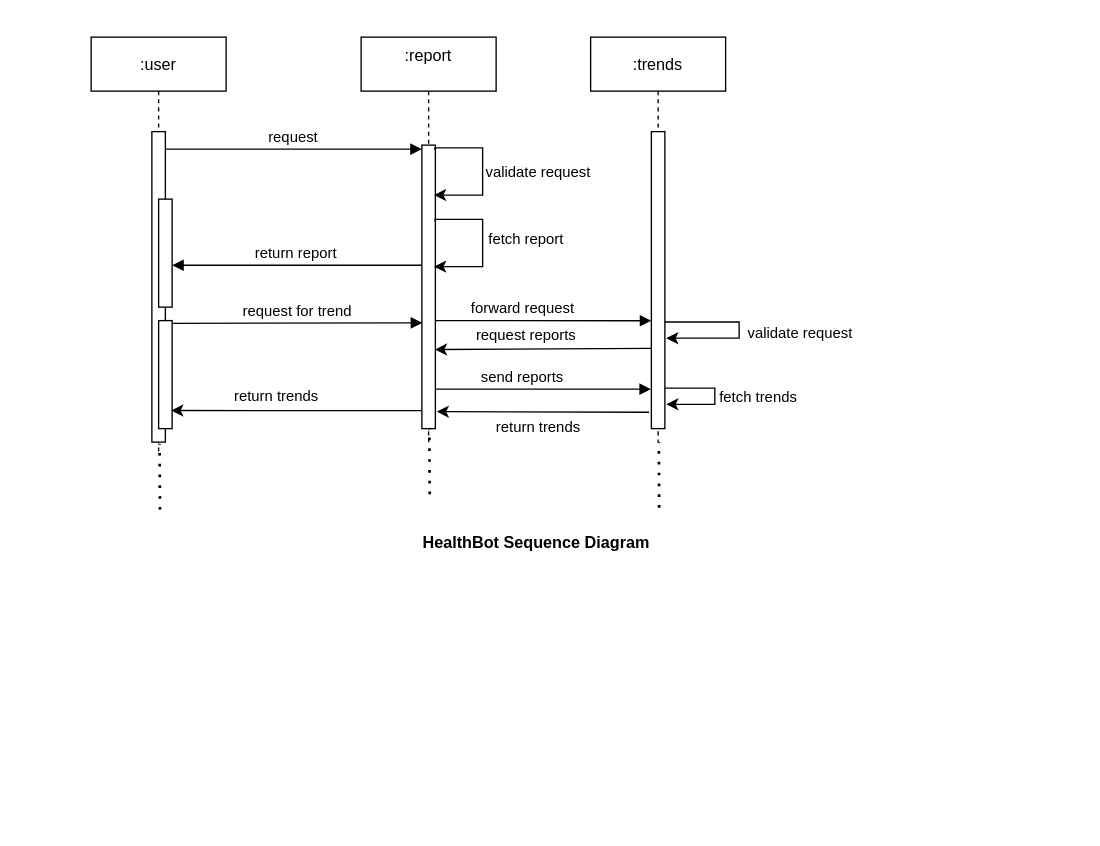
This is SequenceDiagram.drawio from pranavn35/ProjectDiagrams, a draw.io file, before an edit. Source tidied: cells renumbered, new cells numbered last; positions are measured from the earlier drawing's top-left corner, leaving out a move shared by most shapes. Both pictures are drawn from the tidied source at 135%, with x=0, y=0 at pixel (90, 36).
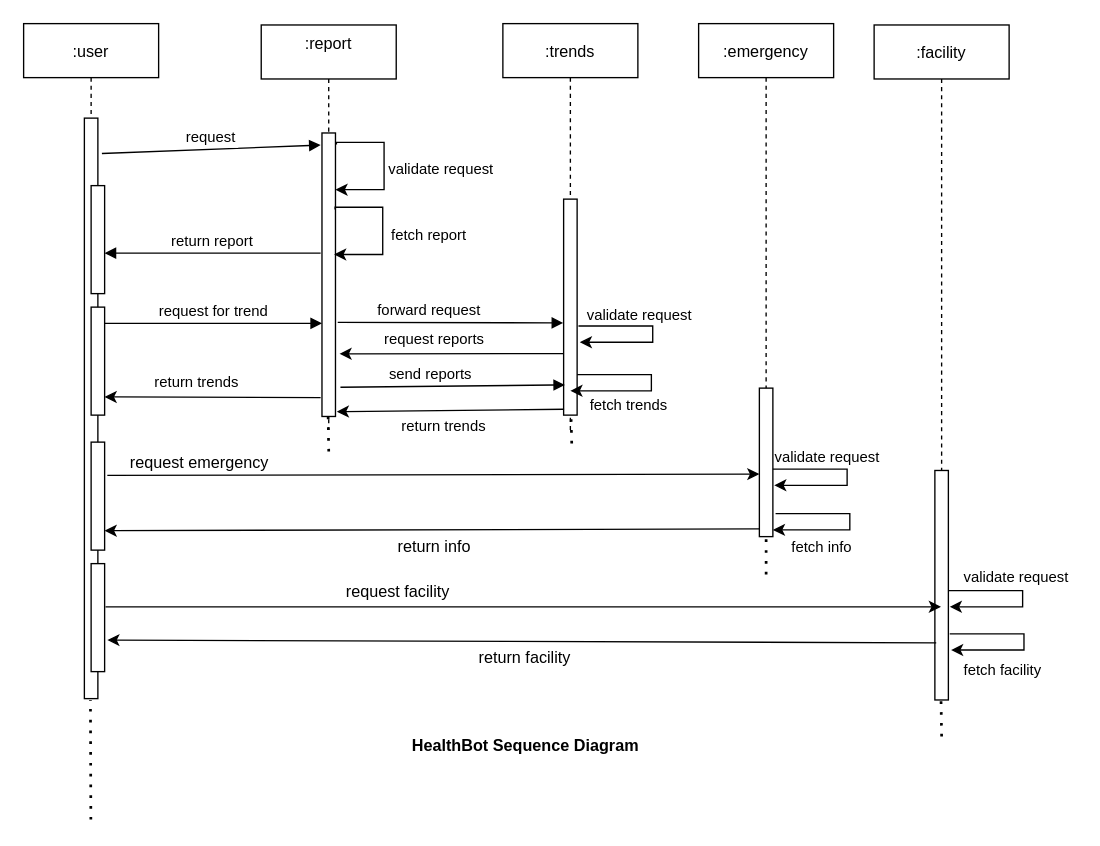
The same diagram, later.

Unchanged cells that the change refers to:
```xml
<mxCell id="8" style="points=[];perimeter=orthogonalPerimeter;rounded=0;shadow=0;strokeWidth=1;" parent="7" vertex="1">
  <mxGeometry x="45" y="80" width="10" height="210" as="geometry" />
</mxCell>
```

Change to the diagram source:
```diff
@@
     <mxCell id="2" value=":user" style="shape=umlLifeline;perimeter=lifelinePerimeter;rounded=0;shadow=0;strokeWidth=1;" parent="1" vertex="1">
-      <mxGeometry width="100" height="310" as="geometry" />
+      <mxGeometry x="-50" y="-10" width="100" height="500" as="geometry" />
     </mxCell>
     <mxCell id="3" style="points=[];perimeter=orthogonalPerimeter;rounded=0;shadow=0;strokeWidth=1;" parent="2" vertex="1">
-      <mxGeometry x="45" y="70" width="10" height="230" as="geometry" />
+      <mxGeometry x="45" y="70" width="10" height="430" as="geometry" />
     </mxCell>
@@
-    <mxCell id="6" style="endArrow=none;dashed=1;html=1;dashPattern=1 3;strokeWidth=2;rounded=0;fontSize=11;entryX=0.767;entryY=1.006;entryDx=0;entryDy=0;entryPerimeter=0;" parent="2" edge="1">
-      <mxGeometry relative="1" as="geometry">
-        <mxPoint x="51" y="350" as="sourcePoint" />
-        <mxPoint x="50.7" y="301.4" as="targetPoint" />
-      </mxGeometry>
-    </mxCell>
+    <mxCell id="33" style="points=[];perimeter=orthogonalPerimeter;rounded=0;shadow=0;strokeWidth=1;" parent="2" vertex="1">
+      <mxGeometry x="50" y="310" width="10" height="80" as="geometry" />
+    </mxCell>
+    <mxCell id="34" style="points=[];perimeter=orthogonalPerimeter;rounded=0;shadow=0;strokeWidth=1;" parent="2" vertex="1">
+      <mxGeometry x="50" y="400" width="10" height="80" as="geometry" />
+    </mxCell>
     <mxCell id="7" value=":report&#10;" style="shape=umlLifeline;perimeter=lifelinePerimeter;rounded=0;shadow=0;strokeWidth=1;" parent="1" vertex="1">
-      <mxGeometry x="200" width="100" height="300" as="geometry" />
+      <mxGeometry x="126" y="-9" width="100" height="300" as="geometry" />
     </mxCell>
@@
-    <mxCell id="10" value="request" style="verticalAlign=bottom;endArrow=block;entryX=0;entryY=0;shadow=0;strokeWidth=1;" parent="1" edge="1">
+    <mxCell id="10" value="request" style="verticalAlign=bottom;endArrow=block;shadow=0;strokeWidth=1;exitX=1.3;exitY=0.061;exitDx=0;exitDy=0;exitPerimeter=0;" parent="1" edge="1" source="3">
       <mxGeometry relative="1" as="geometry">
-        <mxPoint x="55" y="83" as="sourcePoint" />
-        <mxPoint x="245" y="83" as="targetPoint" />
+        <mxPoint x="170" y="80" as="targetPoint" />
       </mxGeometry>
     </mxCell>
     <mxCell id="11" value="return report" style="verticalAlign=bottom;endArrow=block;entryX=1;entryY=0;shadow=0;strokeWidth=1;" parent="1" edge="1">
       <mxGeometry relative="1" as="geometry">
-        <mxPoint x="245" y="169" as="sourcePoint" />
-        <mxPoint x="60" y="169" as="targetPoint" />
+        <mxPoint x="170" y="160" as="sourcePoint" />
+        <mxPoint x="10" y="160" as="targetPoint" />
       </mxGeometry>
     </mxCell>
     <mxCell id="12" value=":trends" style="shape=umlLifeline;perimeter=lifelinePerimeter;rounded=0;shadow=0;strokeWidth=1;" parent="1" vertex="1">
-      <mxGeometry x="370" width="100" height="300" as="geometry" />
+      <mxGeometry x="305" y="-10" width="100" height="301" as="geometry" />
     </mxCell>
     <mxCell id="13" style="points=[];perimeter=orthogonalPerimeter;rounded=0;shadow=0;strokeWidth=1;" parent="12" vertex="1">
-      <mxGeometry x="45" y="70" width="10" height="220" as="geometry" />
+      <mxGeometry x="45" y="130" width="10" height="160" as="geometry" />
     </mxCell>
+    <mxCell id="22" style="edgeStyle=orthogonalEdgeStyle;rounded=0;jettySize=auto;html=1;" parent="12" edge="1" source="13">
+      <mxGeometry relative="1" as="geometry">
+        <mxPoint x="50" y="272" as="targetPoint" />
+        <Array as="points">
+          <mxPoint x="110" y="260" />
+          <mxPoint x="110" y="272" />
+        </Array>
+      </mxGeometry>
+    </mxCell>
     <mxCell id="14" value="&lt;font style=&quot;font-size: 11px&quot;&gt;fetch report&lt;/font&gt;" style="text;html=1;align=center;verticalAlign=middle;strokeColor=none;fillColor=none;" parent="1" vertex="1">
-      <mxGeometry x="287" y="140" width="70" height="20" as="geometry" />
+      <mxGeometry x="215" y="137" width="70" height="20" as="geometry" />
     </mxCell>
-    <mxCell id="15" value="request for trend" style="verticalAlign=bottom;endArrow=block;entryX=0.033;entryY=0.74;shadow=0;strokeWidth=1;entryDx=0;entryDy=0;entryPerimeter=0;" parent="1" edge="1">
+    <mxCell id="15" value="request for trend" style="verticalAlign=bottom;endArrow=block;shadow=0;strokeWidth=1;" parent="1" edge="1" target="8">
       <mxGeometry relative="1" as="geometry">
-        <mxPoint x="60" y="212" as="sourcePoint" />
-        <mxPoint x="245.3" y="211.6" as="targetPoint" />
+        <mxPoint x="10" y="212" as="sourcePoint" />
       </mxGeometry>
     </mxCell>
-    <mxCell id="16" value="send reports" style="verticalAlign=bottom;endArrow=block;shadow=0;strokeWidth=1;exitX=0.967;exitY=0.851;exitDx=0;exitDy=0;exitPerimeter=0;entryX=-0.033;entryY=0.858;entryDx=0;entryDy=0;entryPerimeter=0;" parent="1" edge="1">
-      <mxGeometry x="-0.19" relative="1" as="geometry">
-        <mxPoint x="254.7" y="260.7" as="sourcePoint" />
-        <mxPoint x="414.7" y="260.8" as="targetPoint" />
-      </mxGeometry>
+    <mxCell id="16" value="send reports" style="verticalAlign=bottom;endArrow=block;shadow=0;strokeWidth=1;exitX=1.367;exitY=0.897;exitDx=0;exitDy=0;exitPerimeter=0;entryX=0.1;entryY=0.86;entryDx=0;entryDy=0;entryPerimeter=0;" parent="1" edge="1" source="8" target="13">
+      <mxGeometry x="-0.19" relative="1" as="geometry" />
     </mxCell>
     <mxCell id="17" value="&lt;font style=&quot;font-size: 11px&quot;&gt;fetch trends&lt;/font&gt;" style="text;html=1;align=center;verticalAlign=middle;strokeColor=none;fillColor=none;" parent="1" vertex="1">
-      <mxGeometry x="459" y="257" width="70" height="20" as="geometry" />
+      <mxGeometry x="363" y="263" width="70" height="20" as="geometry" />
     </mxCell>
     <mxCell id="18" style="edgeStyle=orthogonalEdgeStyle;rounded=0;orthogonalLoop=1;jettySize=auto;html=1;exitX=0.967;exitY=0.168;exitDx=0;exitDy=0;exitPerimeter=0;" parent="1" edge="1">
       <mxGeometry relative="1" as="geometry">
-        <mxPoint x="254.7" y="83.6" as="sourcePoint" />
-        <mxPoint x="254" y="117" as="targetPoint" />
+        <mxPoint x="181.7" y="79.6" as="sourcePoint" />
+        <mxPoint x="181" y="113" as="targetPoint" />
         <Array as="points">
-          <mxPoint x="255" y="82" />
-          <mxPoint x="290" y="82" />
-          <mxPoint x="290" y="117" />
-          <mxPoint x="254" y="117" />
+          <mxPoint x="182" y="78" />
+          <mxPoint x="217" y="78" />
+          <mxPoint x="217" y="113" />
+          <mxPoint x="181" y="113" />
         </Array>
       </mxGeometry>
     </mxCell>
     <mxCell id="19" value="&lt;font style=&quot;font-size: 11px&quot;&gt;validate request&lt;/font&gt;" style="text;html=1;align=center;verticalAlign=middle;strokeColor=none;fillColor=none;" parent="1" vertex="1">
-      <mxGeometry x="286" y="90" width="90" height="20" as="geometry" />
+      <mxGeometry x="214" y="88" width="90" height="20" as="geometry" />
     </mxCell>
-    <mxCell id="20" value="forward request" style="verticalAlign=bottom;endArrow=block;shadow=0;strokeWidth=1;exitX=0.9;exitY=0.9;exitDx=0;exitDy=0;exitPerimeter=0;" parent="1" edge="1">
-      <mxGeometry x="-0.19" relative="1" as="geometry">
-        <mxPoint x="255" y="210" as="sourcePoint" />
-        <mxPoint x="415" y="210.1" as="targetPoint" />
-      </mxGeometry>
+    <mxCell id="20" value="forward request" style="verticalAlign=bottom;endArrow=block;shadow=0;strokeWidth=1;exitX=1.167;exitY=0.668;exitDx=0;exitDy=0;exitPerimeter=0;entryX=-0.033;entryY=0.573;entryDx=0;entryDy=0;entryPerimeter=0;" parent="1" edge="1" source="8" target="13">
+      <mxGeometry x="-0.19" relative="1" as="geometry" />
     </mxCell>
     <mxCell id="21" value="&lt;font style=&quot;font-size: 11px&quot;&gt;validate request&lt;/font&gt;" style="text;html=1;align=center;verticalAlign=middle;strokeColor=none;fillColor=none;" parent="1" vertex="1">
-      <mxGeometry x="480" y="209" width="90" height="20" as="geometry" />
+      <mxGeometry x="500" y="301" width="90" height="20" as="geometry" />
     </mxCell>
-    <mxCell id="22" style="edgeStyle=orthogonalEdgeStyle;rounded=0;jettySize=auto;html=1;" parent="1" edge="1" source="13">
-      <mxGeometry relative="1" as="geometry">
-        <mxPoint x="426" y="272" as="targetPoint" />
-        <Array as="points">
-          <mxPoint x="462" y="260" />
-          <mxPoint x="462" y="272" />
-        </Array>
-      </mxGeometry>
-    </mxCell>
     <mxCell id="23" style="endArrow=none;dashed=1;html=1;dashPattern=1 3;strokeWidth=2;rounded=0;fontSize=11;entryX=0.767;entryY=1.006;entryDx=0;entryDy=0;entryPerimeter=0;" parent="1" edge="1">
       <mxGeometry relative="1" as="geometry">
-        <mxPoint x="250.8" y="338.6" as="sourcePoint" />
-        <mxPoint x="250.5" y="290" as="targetPoint" />
+        <mxPoint x="176" y="307" as="sourcePoint" />
+        <mxPoint x="175.5" y="277" as="targetPoint" />
       </mxGeometry>
     </mxCell>
     <mxCell id="24" style="endArrow=none;dashed=1;html=1;dashPattern=1 3;strokeWidth=2;rounded=0;fontSize=11;entryX=0.767;entryY=1.006;entryDx=0;entryDy=0;entryPerimeter=0;" parent="1" edge="1">
       <mxGeometry relative="1" as="geometry">
-        <mxPoint x="420.8" y="348.6" as="sourcePoint" />
-        <mxPoint x="420.5" y="300" as="targetPoint" />
+        <mxPoint x="356" y="301" as="sourcePoint" />
+        <mxPoint x="355.5" y="281" as="targetPoint" />
       </mxGeometry>
     </mxCell>
-    <mxCell id="25" style="endArrow=classic;html=1;rounded=0;exitX=-0.033;exitY=0.813;exitDx=0;exitDy=0;exitPerimeter=0;entryX=0.933;entryY=0.508;entryDx=0;entryDy=0;entryPerimeter=0;" parent="1" edge="1">
+    <mxCell id="25" style="endArrow=classic;html=1;rounded=0;entryX=0.933;entryY=0.508;entryDx=0;entryDy=0;entryPerimeter=0;" parent="1" edge="1">
       <mxGeometry relative="1" as="geometry">
-        <mxPoint x="244.7" y="276.7" as="sourcePoint" />
-        <mxPoint x="59.3" y="276.6" as="targetPoint" />
+        <mxPoint x="170" y="267" as="sourcePoint" />
+        <mxPoint x="10" y="266.5" as="targetPoint" />
       </mxGeometry>
     </mxCell>
@@
-    <mxCell id="27" style="endArrow=classic;html=1;rounded=0;exitX=-0.033;exitY=0.73;exitDx=0;exitDy=0;exitPerimeter=0;entryX=0.967;entryY=0.721;entryDx=0;entryDy=0;entryPerimeter=0;" parent="1" edge="1" source="13" target="8">
+    <mxCell id="27" style="endArrow=classic;html=1;rounded=0;entryX=1.3;entryY=0.779;entryDx=0;entryDy=0;entryPerimeter=0;exitX=-0.033;exitY=0.715;exitDx=0;exitDy=0;exitPerimeter=0;" parent="1" edge="1" source="13" target="8">
       <mxGeometry relative="1" as="geometry" />
     </mxCell>
@@
-    <mxCell id="29" style="endArrow=classic;html=1;rounded=0;exitX=-0.167;exitY=0.945;exitDx=0;exitDy=0;exitPerimeter=0;entryX=1.1;entryY=0.94;entryDx=0;entryDy=0;entryPerimeter=0;" parent="1" edge="1" source="13" target="8">
+    <mxCell id="29" style="endArrow=classic;html=1;rounded=0;exitX=0.033;exitY=0.973;exitDx=0;exitDy=0;exitPerimeter=0;entryX=1.1;entryY=0.983;entryDx=0;entryDy=0;entryPerimeter=0;" parent="1" edge="1" source="13" target="8">
       <mxGeometry relative="1" as="geometry" />
     </mxCell>
@@
     <mxCell id="31" style="edgeStyle=orthogonalEdgeStyle;rounded=0;orthogonalLoop=1;jettySize=auto;html=1;" parent="1" edge="1">
       <mxGeometry relative="1" as="geometry">
-        <mxPoint x="425" y="211" as="sourcePoint" />
-        <mxPoint x="426" y="223" as="targetPoint" />
+        <mxPoint x="361" y="214" as="sourcePoint" />
+        <mxPoint x="362" y="226" as="targetPoint" />
         <Array as="points">
-          <mxPoint x="480" y="211" />
-          <mxPoint x="480" y="223" />
+          <mxPoint x="416" y="214" />
+          <mxPoint x="416" y="226" />
         </Array>
       </mxGeometry>
     </mxCell>
     <mxCell id="32" value="&lt;font style=&quot;font-size: 12px&quot;&gt;&lt;b&gt;HealthBot Sequence Diagram&lt;/b&gt;&lt;/font&gt;" style="text;html=1;strokeColor=none;fillColor=none;align=center;verticalAlign=middle;whiteSpace=wrap;rounded=0;fontSize=11;" parent="1" vertex="1">
-      <mxGeometry x="215" y="360" width="230" height="30" as="geometry" />
+      <mxGeometry x="207" y="510" width="230" height="30" as="geometry" />
     </mxCell>
+    <mxCell id="35" value=":emergency" style="shape=umlLifeline;perimeter=lifelinePerimeter;rounded=0;shadow=0;strokeWidth=1;" parent="1" vertex="1">
+      <mxGeometry x="450" y="-10" width="100" height="380" as="geometry" />
+    </mxCell>
+    <mxCell id="36" style="points=[];perimeter=orthogonalPerimeter;rounded=0;shadow=0;strokeWidth=1;" parent="35" vertex="1">
+      <mxGeometry x="45" y="270" width="10" height="110" as="geometry" />
+    </mxCell>
+    <mxCell id="37" style="edgeStyle=orthogonalEdgeStyle;rounded=0;orthogonalLoop=1;jettySize=auto;html=1;" parent="35" edge="1">
+      <mxGeometry relative="1" as="geometry">
+        <mxPoint x="55" y="330" as="sourcePoint" />
+        <mxPoint x="56" y="342" as="targetPoint" />
+        <Array as="points">
+          <mxPoint x="110" y="330" />
+          <mxPoint x="110" y="342" />
+        </Array>
+      </mxGeometry>
+    </mxCell>
+    <mxCell id="38" style="endArrow=none;dashed=1;html=1;dashPattern=1 3;strokeWidth=2;rounded=0;fontSize=11;" parent="1" edge="1">
+      <mxGeometry relative="1" as="geometry">
+        <mxPoint x="500" y="398" as="sourcePoint" />
+        <mxPoint x="500" y="370" as="targetPoint" />
+        <Array as="points">
+          <mxPoint x="500" y="370" />
+        </Array>
+      </mxGeometry>
+    </mxCell>
+    <mxCell id="39" style="endArrow=classic;html=1;rounded=0;fontSize=12;entryX=0;entryY=0.579;entryDx=0;entryDy=0;entryPerimeter=0;exitX=1.2;exitY=0.308;exitDx=0;exitDy=0;exitPerimeter=0;" parent="1" edge="1" source="33" target="36">
+      <mxGeometry relative="1" as="geometry" />
+    </mxCell>
+    <mxCell id="40" value="request emergency" style="edgeLabel;html=1;align=center;verticalAlign=middle;fontSize=12;" parent="39" vertex="1">
+      <mxGeometry x="-0.41" y="4" relative="1" as="geometry">
+        <mxPoint x="-74" y="-5" as="offset" />
+      </mxGeometry>
+    </mxCell>
+    <mxCell id="41" style="endArrow=classic;html=1;rounded=0;fontSize=12;entryX=1;entryY=0.683;entryDx=0;entryDy=0;entryPerimeter=0;exitX=0.033;exitY=0.848;exitDx=0;exitDy=0;exitPerimeter=0;" parent="1" edge="1">
+      <mxGeometry relative="1" as="geometry">
+        <mxPoint x="495.3" y="364.3" as="sourcePoint" />
+        <mxPoint x="10" y="365.6" as="targetPoint" />
+      </mxGeometry>
+    </mxCell>
+    <mxCell id="42" value="return info" style="edgeLabel;html=1;align=center;verticalAlign=middle;fontSize=12;" parent="41" vertex="1">
+      <mxGeometry x="-0.41" y="4" relative="1" as="geometry">
+        <mxPoint x="-99" y="9" as="offset" />
+      </mxGeometry>
+    </mxCell>
+    <mxCell id="43" style="edgeStyle=orthogonalEdgeStyle;rounded=0;jettySize=auto;html=1;" parent="1" edge="1" target="36">
+      <mxGeometry relative="1" as="geometry">
+        <mxPoint x="507" y="353" as="sourcePoint" />
+        <Array as="points">
+          <mxPoint x="562" y="353" />
+          <mxPoint x="562" y="365" />
+        </Array>
+      </mxGeometry>
+    </mxCell>
+    <mxCell id="6" style="endArrow=none;dashed=1;html=1;dashPattern=1 3;strokeWidth=2;rounded=0;fontSize=11;entryX=0.767;entryY=1.006;entryDx=0;entryDy=0;entryPerimeter=0;" parent="1" edge="1">
+      <mxGeometry relative="1" as="geometry">
+        <mxPoint x="-0.2" y="579.6" as="sourcePoint" />
+        <mxPoint x="-0.5" y="491" as="targetPoint" />
+      </mxGeometry>
+    </mxCell>
+    <mxCell id="44" value="&lt;font style=&quot;font-size: 11px&quot;&gt;fetch info&lt;/font&gt;" style="text;html=1;align=center;verticalAlign=middle;strokeColor=none;fillColor=none;" parent="1" vertex="1">
+      <mxGeometry x="511" y="368" width="60" height="20" as="geometry" />
+    </mxCell>
+    <mxCell id="45" value="&lt;font style=&quot;font-size: 11px&quot;&gt;validate request&lt;/font&gt;" style="text;html=1;align=center;verticalAlign=middle;strokeColor=none;fillColor=none;" parent="1" vertex="1">
+      <mxGeometry x="361" y="196" width="90" height="20" as="geometry" />
+    </mxCell>
+    <mxCell id="46" value=":facility" style="shape=umlLifeline;perimeter=lifelinePerimeter;rounded=0;shadow=0;strokeWidth=1;" parent="1" vertex="1">
+      <mxGeometry x="580" y="-9" width="100" height="500" as="geometry" />
+    </mxCell>
+    <mxCell id="47" style="points=[];perimeter=orthogonalPerimeter;rounded=0;shadow=0;strokeWidth=1;" parent="46" vertex="1">
+      <mxGeometry x="45" y="330" width="10" height="170" as="geometry" />
+    </mxCell>
+    <mxCell id="48" style="edgeStyle=orthogonalEdgeStyle;rounded=0;orthogonalLoop=1;jettySize=auto;html=1;" parent="46" edge="1">
+      <mxGeometry relative="1" as="geometry">
+        <mxPoint x="55" y="419" as="sourcePoint" />
+        <mxPoint x="56" y="431" as="targetPoint" />
+        <Array as="points">
+          <mxPoint x="110" y="419" />
+          <mxPoint x="110" y="431" />
+        </Array>
+      </mxGeometry>
+    </mxCell>
+    <mxCell id="49" style="endArrow=classic;html=1;rounded=0;fontSize=12;exitX=1.067;exitY=0.4;exitDx=0;exitDy=0;exitPerimeter=0;" parent="1" edge="1" source="34" target="46">
+      <mxGeometry relative="1" as="geometry" />
+    </mxCell>
+    <mxCell id="50" value="request facility" style="edgeLabel;html=1;align=center;verticalAlign=middle;fontSize=12;" parent="49" vertex="1">
+      <mxGeometry x="-0.41" y="4" relative="1" as="geometry">
+        <mxPoint x="33" y="-8" as="offset" />
+      </mxGeometry>
+    </mxCell>
+    <mxCell id="51" value="&lt;font style=&quot;font-size: 11px&quot;&gt;validate request&lt;/font&gt;" style="text;html=1;align=center;verticalAlign=middle;strokeColor=none;fillColor=none;" parent="1" vertex="1">
+      <mxGeometry x="640" y="390" width="90" height="20" as="geometry" />
+    </mxCell>
+    <mxCell id="52" style="endArrow=classic;html=1;rounded=0;fontSize=12;exitX=0.1;exitY=0.751;exitDx=0;exitDy=0;exitPerimeter=0;entryX=1.2;entryY=0.708;entryDx=0;entryDy=0;entryPerimeter=0;" parent="1" edge="1" source="47" target="34">
+      <mxGeometry relative="1" as="geometry" />
+    </mxCell>
+    <mxCell id="53" value="return facility" style="edgeLabel;html=1;align=center;verticalAlign=middle;fontSize=12;" parent="52" vertex="1">
+      <mxGeometry x="-0.41" y="4" relative="1" as="geometry">
+        <mxPoint x="-124" y="7" as="offset" />
+      </mxGeometry>
+    </mxCell>
+    <mxCell id="54" style="edgeStyle=orthogonalEdgeStyle;rounded=0;orthogonalLoop=1;jettySize=auto;html=1;" parent="1" edge="1">
+      <mxGeometry relative="1" as="geometry">
+        <mxPoint x="636" y="442" as="sourcePoint" />
+        <mxPoint x="637" y="454" as="targetPoint" />
+        <Array as="points">
+          <mxPoint x="691" y="442" />
+          <mxPoint x="691" y="454" />
+        </Array>
+      </mxGeometry>
+    </mxCell>
+    <mxCell id="55" value="&lt;font style=&quot;font-size: 11px&quot;&gt;fetch facility&lt;/font&gt;" style="text;html=1;align=center;verticalAlign=middle;strokeColor=none;fillColor=none;" parent="1" vertex="1">
+      <mxGeometry x="640" y="459" width="70" height="20" as="geometry" />
+    </mxCell>
+    <mxCell id="56" style="endArrow=none;dashed=1;html=1;dashPattern=1 3;strokeWidth=2;rounded=0;fontSize=11;entryX=0.767;entryY=1.006;entryDx=0;entryDy=0;entryPerimeter=0;" parent="1" edge="1">
+      <mxGeometry relative="1" as="geometry">
+        <mxPoint x="630" y="518" as="sourcePoint" />
+        <mxPoint x="629.5" y="488" as="targetPoint" />
+      </mxGeometry>
+    </mxCell>
```
